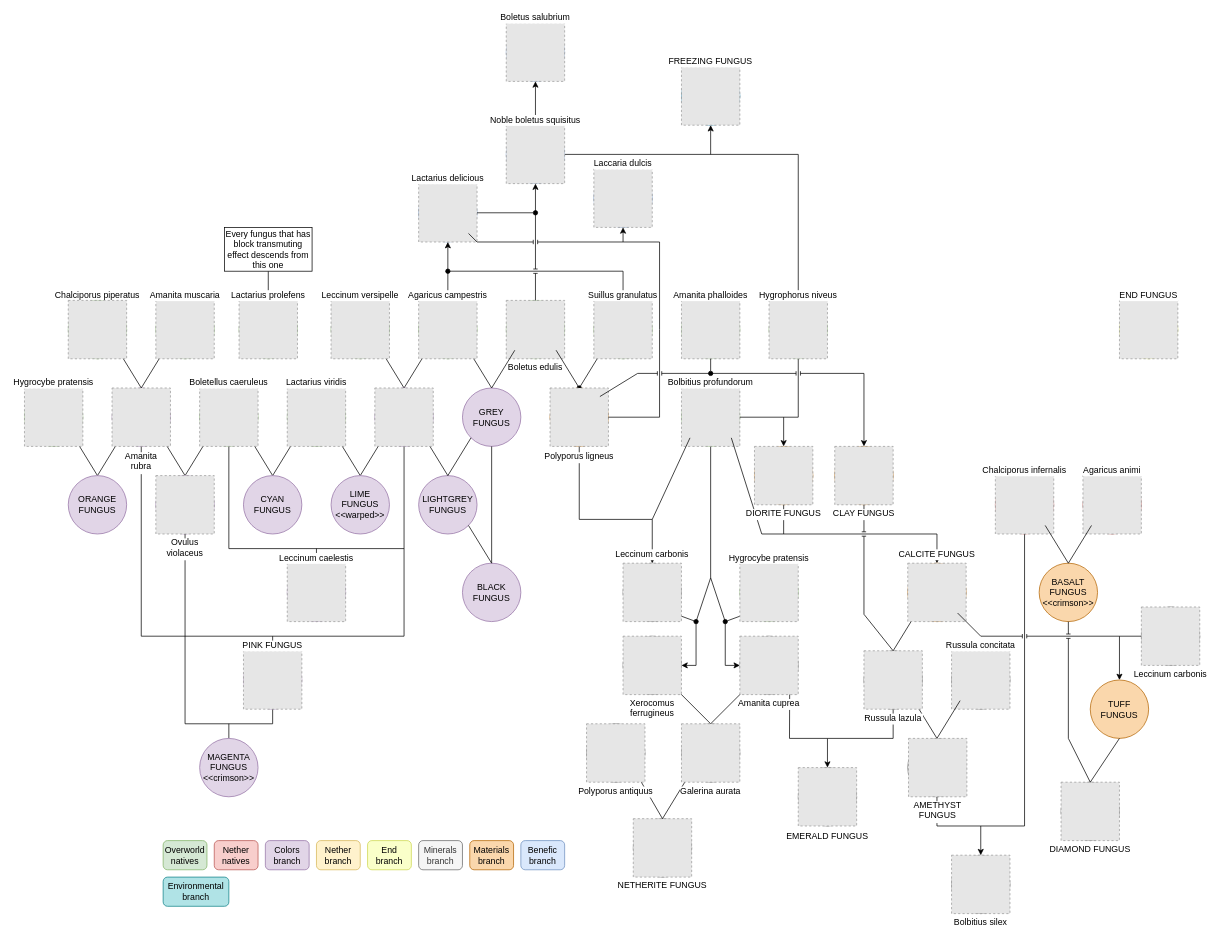
Earlier version of the draw.io diagram src/main/resources/data/mycologymod/mutations/mutations-diagram.drawio (SimoMett/MycologyMC). Source tidied: cells renumbered, new cells numbered last; positions are measured from the earlier drawing's top-left corner, leaving out a move shared by most shapes. Both pictures are drawn from the tidied source at 73%, with x=0, y=0 at pixel (24, 23). Pictures stored in the file or linked from it are replaced by grey dashed boxes.
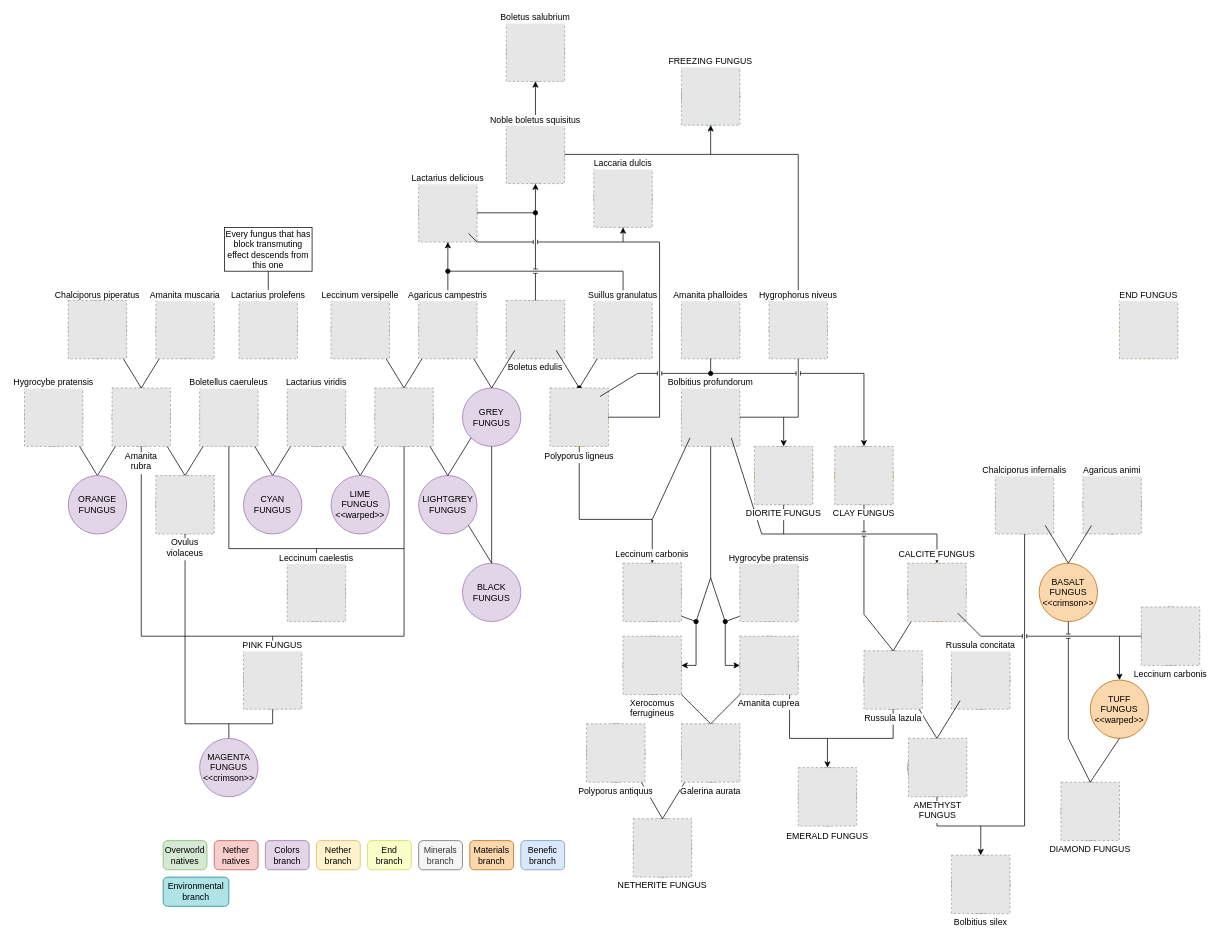
The same page after the edit.

Commit message (it also covers changes not shown here):
Added type for TUFF_FUNGUS

Diff of the diagram source:
```diff
@@
-    <mxCell id="179" value="TUFF&lt;div&gt;FUNGUS&lt;/div&gt;" style="ellipse;whiteSpace=wrap;html=1;fillColor=#fad7ac;strokeColor=#b46504;" parent="1" vertex="1">
+    <mxCell id="179" value="TUFF&lt;div&gt;FUNGUS&lt;/div&gt;&lt;div&gt;&amp;lt;&amp;lt;warped&amp;gt;&amp;gt;&lt;/div&gt;" style="ellipse;whiteSpace=wrap;html=1;fillColor=#fad7ac;strokeColor=#b46504;" parent="1" vertex="1">
       <mxGeometry x="1460" y="900" width="80" height="80" as="geometry" />
     </mxCell>
```
